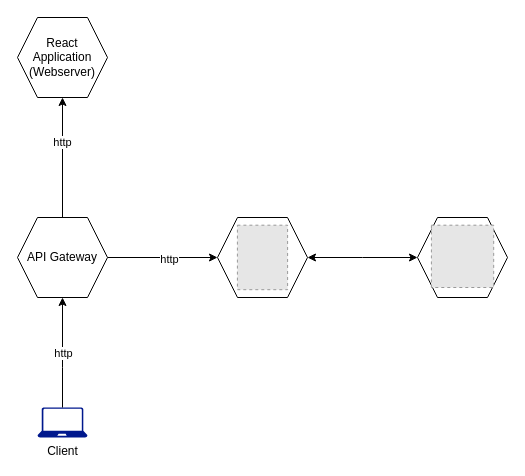
Before: SystemarchitecturePlan.drawio in Daezu/diagrams, a draw.io diagram. Source tidied: cells renumbered, new cells numbered last; positions are measured from the earlier drawing's top-left corner, leaving out a move shared by most shapes. Both pictures are drawn from the tidied source at 100%, with x=0, y=0 at pixel (17, 17). Pictures stored in the file or linked from it are replaced by grey dashed boxes.
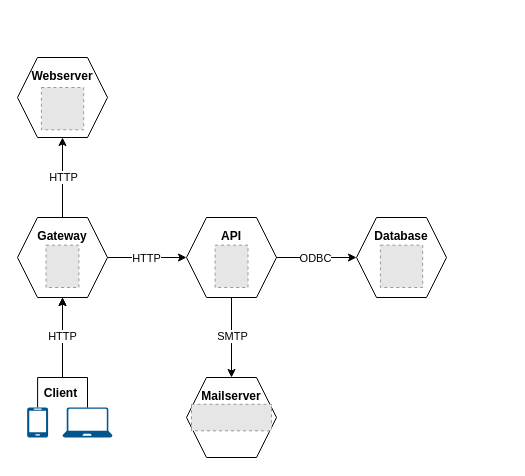
After the change.

Change to the diagram source:
```diff
@@
-    <mxCell id="2" style="shape=hexagon;perimeter=hexagonPerimeter2;whiteSpace=wrap;html=1;fixedSize=1;size=20;" parent="1" vertex="1">
-      <mxGeometry x="400" y="200" width="90" height="80" as="geometry" />
-    </mxCell>
+    <mxCell id="17" style="edgeStyle=orthogonalEdgeStyle;rounded=0;jettySize=auto;html=1;entryX=0.5;entryY=1;entryDx=0;entryDy=0;exitX=0.5;exitY=0;exitDx=0;exitDy=0;exitPerimeter=0;" parent="1" edge="1" source="21" target="24">
+      <mxGeometry relative="1" as="geometry">
+        <Array as="points">
+          <mxPoint x="20" y="360" />
+          <mxPoint x="45" y="360" />
+        </Array>
+      </mxGeometry>
+    </mxCell>
+    <mxCell id="18" style="edgeStyle=orthogonalEdgeStyle;rounded=0;jettySize=auto;html=1;exitX=0.5;exitY=1;exitDx=0;exitDy=0;" parent="1" edge="1" source="9">
+      <mxGeometry relative="1" as="geometry">
+        <mxPoint x="214" y="360" as="targetPoint" />
+      </mxGeometry>
+    </mxCell>
+    <mxCell id="19" value="SMTP" style="edgeLabel;html=1;align=center;verticalAlign=middle;" parent="18" vertex="1">
+      <mxGeometry x="-0.17" relative="1" as="geometry">
+        <mxPoint y="5" as="offset" />
+      </mxGeometry>
+    </mxCell>
+    <mxCell id="9" value="&lt;b&gt;API&lt;/b&gt;&lt;div&gt;&lt;b&gt;&lt;br&gt;&lt;/b&gt;&lt;/div&gt;&lt;div&gt;&lt;b&gt;&lt;br&gt;&lt;/b&gt;&lt;/div&gt;&lt;div&gt;&lt;br&gt;&lt;/div&gt;" style="shape=hexagon;perimeter=hexagonPerimeter2;whiteSpace=wrap;html=1;fixedSize=1;size=20;" parent="1" vertex="1">
+      <mxGeometry x="169" y="200" width="90" height="80" as="geometry" />
+    </mxCell>
-    <mxCell id="3" style="edgeStyle=orthogonalEdgeStyle;rounded=0;jettySize=auto;html=1;entryX=0.5;entryY=1;entryDx=0;entryDy=0;exitX=0.5;exitY=0;exitDx=0;exitDy=0;" parent="1" edge="1" source="7" target="10">
+    <mxCell id="3" style="edgeStyle=orthogonalEdgeStyle;rounded=0;jettySize=auto;html=1;entryX=0.5;entryY=1;entryDx=0;entryDy=0;exitX=0.5;exitY=0;exitDx=0;exitDy=0;" parent="1" edge="1" source="24" target="10">
       <mxGeometry relative="1" as="geometry" />
     </mxCell>
-    <mxCell id="4" value="http" style="edgeLabel;html=1;align=center;verticalAlign=middle;" parent="3" vertex="1">
-      <mxGeometry x="0.26" y="1" relative="1" as="geometry" />
+    <mxCell id="4" value="HTTP" style="edgeLabel;html=1;align=center;verticalAlign=middle;" parent="3" vertex="1">
+      <mxGeometry x="0.26" y="1" relative="1" as="geometry">
+        <mxPoint x="1" y="9" as="offset" />
+      </mxGeometry>
     </mxCell>
-    <mxCell id="5" style="edgeStyle=orthogonalEdgeStyle;rounded=0;jettySize=auto;html=1;" parent="1" edge="1" source="7" target="9">
+    <mxCell id="5" style="edgeStyle=orthogonalEdgeStyle;rounded=0;jettySize=auto;html=1;entryX=0;entryY=0.5;entryDx=0;entryDy=0;exitX=1;exitY=0.5;exitDx=0;exitDy=0;" parent="1" edge="1" source="24" target="9">
       <mxGeometry relative="1" as="geometry" />
     </mxCell>
-    <mxCell id="6" value="http" style="edgeLabel;html=1;align=center;verticalAlign=middle;" parent="5" vertex="1">
-      <mxGeometry x="0.1" y="-1" relative="1" as="geometry" />
+    <mxCell id="6" value="HTTP" style="edgeLabel;html=1;align=center;verticalAlign=middle;" parent="5" vertex="1">
+      <mxGeometry x="0.1" y="-1" relative="1" as="geometry">
+        <mxPoint x="-5" y="-1" as="offset" />
+      </mxGeometry>
     </mxCell>
-    <mxCell id="7" value="API Gateway" style="shape=hexagon;perimeter=hexagonPerimeter2;whiteSpace=wrap;html=1;fixedSize=1;size=20;" parent="1" vertex="1">
-      <mxGeometry y="200" width="90" height="80" as="geometry" />
-    </mxCell>
-    <mxCell id="8" style="edgeStyle=orthogonalEdgeStyle;rounded=0;jettySize=auto;html=1;startArrow=classic;startFill=1;" parent="1" edge="1" source="9">
-      <mxGeometry relative="1" as="geometry">
-        <mxPoint x="400" y="240" as="targetPoint" />
-      </mxGeometry>
+    <mxCell id="8" style="edgeStyle=orthogonalEdgeStyle;rounded=0;jettySize=auto;html=1;startArrow=none;startFill=0;entryX=0;entryY=0.5;entryDx=0;entryDy=0;" parent="1" edge="1" source="9" target="2">
+      <mxGeometry relative="1" as="geometry" />
     </mxCell>
-    <mxCell id="9" style="shape=hexagon;perimeter=hexagonPerimeter2;whiteSpace=wrap;html=1;fixedSize=1;size=20;" parent="1" vertex="1">
-      <mxGeometry x="200" y="200" width="90" height="80" as="geometry" />
-    </mxCell>
-    <mxCell id="10" value="React&lt;br&gt;Application&lt;br&gt;(Webserver)" style="shape=hexagon;perimeter=hexagonPerimeter2;whiteSpace=wrap;html=1;fixedSize=1;size=20;" parent="1" vertex="1">
-      <mxGeometry width="90" height="80" as="geometry" />
-    </mxCell>
+    <mxCell id="20" value="ODBC" style="edgeLabel;html=1;align=center;verticalAlign=middle;" parent="8" vertex="1">
+      <mxGeometry x="0.06" relative="1" as="geometry">
+        <mxPoint x="-4" as="offset" />
+      </mxGeometry>
+    </mxCell>
-    <mxCell id="11" value="Client" style="sketch=0;shadow=0;dashed=0;html=1;strokeColor=none;labelPosition=center;verticalLabelPosition=bottom;verticalAlign=top;align=center;fillColor=#00188D;shape=mxgraph.azure.laptop;" parent="1" vertex="1">
-      <mxGeometry x="20" y="390" width="50" height="30" as="geometry" />
+    <mxCell id="11" style="sketch=0;shadow=0;dashed=0;html=1;strokeColor=none;labelPosition=center;verticalLabelPosition=bottom;verticalAlign=top;align=center;fillColor=#00568d;shape=mxgraph.azure.laptop;" parent="1" vertex="1">
+      <mxGeometry x="45" y="390" width="50" height="30" as="geometry" />
     </mxCell>
-    <mxCell id="12" style="edgeStyle=orthogonalEdgeStyle;rounded=0;jettySize=auto;html=1;entryX=0.5;entryY=1;entryDx=0;entryDy=0;exitX=0.5;exitY=0;exitDx=0;exitDy=0;exitPerimeter=0;" parent="1" edge="1" source="11" target="7">
+    <mxCell id="12" style="edgeStyle=orthogonalEdgeStyle;rounded=0;jettySize=auto;html=1;entryX=0.5;entryY=1;entryDx=0;entryDy=0;exitX=0.5;exitY=0;exitDx=0;exitDy=0;exitPerimeter=0;" parent="1" edge="1" source="11">
       <mxGeometry relative="1" as="geometry">
+        <mxPoint x="45" y="280" as="targetPoint" />
         <Array as="points">
-          <mxPoint x="45" y="350" />
-          <mxPoint x="45" y="350" />
+          <mxPoint x="70" y="360" />
+          <mxPoint x="45" y="360" />
         </Array>
       </mxGeometry>
     </mxCell>
-    <mxCell id="13" value="http" style="edgeLabel;html=1;align=center;verticalAlign=middle;" parent="12" vertex="1">
-      <mxGeometry relative="1" as="geometry" />
+    <mxCell id="13" value="HTTP" style="edgeLabel;html=1;align=center;verticalAlign=middle;" parent="12" vertex="1">
+      <mxGeometry relative="1" as="geometry">
+        <mxPoint x="-1" y="-29" as="offset" />
+      </mxGeometry>
     </mxCell>
@@
+    <mxCell id="21" value="&lt;div&gt;&lt;br&gt;&lt;/div&gt;" style="sketch=0;shadow=0;dashed=0;html=1;strokeColor=none;labelPosition=center;verticalLabelPosition=bottom;verticalAlign=top;align=center;fillColor=#00568d;shape=mxgraph.azure.mobile;" parent="1" vertex="1">
+      <mxGeometry x="9.6" y="390" width="21" height="30" as="geometry" />
+    </mxCell>
+    <mxCell id="22" value="&lt;b&gt;Client&lt;/b&gt;" style="text;html=1;align=center;verticalAlign=middle;strokeColor=none;fillColor=none;" parent="1" vertex="1">
+      <mxGeometry x="13" y="361" width="60" height="30" as="geometry" />
+    </mxCell>
+    <mxCell id="23" value="&lt;div&gt;&lt;span style=&quot;background-color: initial;&quot;&gt;&lt;b&gt;Mailserver&lt;/b&gt;&lt;/span&gt;&lt;/div&gt;&lt;div&gt;&lt;span style=&quot;background-color: initial;&quot;&gt;&lt;b&gt;&lt;br&gt;&lt;/b&gt;&lt;/span&gt;&lt;/div&gt;&lt;div&gt;&lt;br&gt;&lt;/div&gt;&lt;div&gt;&lt;span style=&quot;background-color: initial;&quot;&gt;&lt;br&gt;&lt;/span&gt;&lt;/div&gt;" style="shape=hexagon;perimeter=hexagonPerimeter2;whiteSpace=wrap;html=1;fixedSize=1;size=20;" parent="1" vertex="1">
+      <mxGeometry x="169" y="360" width="90" height="80" as="geometry" />
+    </mxCell>
+    <mxCell id="24" value="&lt;div&gt;&lt;b style=&quot;background-color: initial;&quot;&gt;Gateway&lt;/b&gt;&lt;/div&gt;&lt;div&gt;&lt;b style=&quot;background-color: initial;&quot;&gt;&lt;br&gt;&lt;/b&gt;&lt;/div&gt;&lt;div&gt;&lt;b style=&quot;background-color: initial;&quot;&gt;&lt;br&gt;&lt;/b&gt;&lt;/div&gt;&lt;div&gt;&lt;br&gt;&lt;/div&gt;" style="shape=hexagon;perimeter=hexagonPerimeter2;whiteSpace=wrap;html=1;fixedSize=1;size=20;" parent="1" vertex="1">
+      <mxGeometry y="200" width="90" height="80" as="geometry" />
+    </mxCell>
+    <mxCell id="25" style="fillColor=#E6E6E6;strokeColor=#999999;dashed=1;verticalLabelPosition=bottom;labelBackgroundColor=default;verticalAlign=top;" parent="1" vertex="1">
+      <mxGeometry x="28.5" y="227.7" width="32.9" height="42.3" as="geometry" />
+    </mxCell>
     <mxCell id="15" style="fillColor=#E6E6E6;strokeColor=#999999;dashed=1;verticalLabelPosition=bottom;labelBackgroundColor=default;verticalAlign=top;" parent="1" vertex="1">
-      <mxGeometry x="219.9" y="207.7" width="50.2" height="64.5" as="geometry" />
+      <mxGeometry x="197.6" y="227.7" width="32.9" height="42.3" as="geometry" />
     </mxCell>
+    <mxCell id="2" value="&lt;b&gt;Database&lt;/b&gt;&lt;div&gt;&lt;b&gt;&lt;br&gt;&lt;/b&gt;&lt;/div&gt;&lt;div&gt;&lt;b&gt;&lt;br&gt;&lt;/b&gt;&lt;/div&gt;&lt;div&gt;&lt;br&gt;&lt;/div&gt;" style="shape=hexagon;perimeter=hexagonPerimeter2;whiteSpace=wrap;html=1;fixedSize=1;size=20;" parent="1" vertex="1">
+      <mxGeometry x="339" y="200" width="90" height="80" as="geometry" />
+    </mxCell>
     <mxCell id="16" style="fillColor=#E6E6E6;strokeColor=#999999;dashed=1;verticalLabelPosition=bottom;labelBackgroundColor=default;verticalAlign=top;" parent="1" vertex="1">
-      <mxGeometry x="413.9" y="207.7" width="62.3" height="62.3" as="geometry" />
+      <mxGeometry x="362.9" y="227.7" width="42.3" height="42.3" as="geometry" />
     </mxCell>
+    <mxCell id="10" value="&lt;b&gt;Webserver&lt;/b&gt;&lt;div&gt;&lt;b&gt;&lt;br&gt;&lt;/b&gt;&lt;/div&gt;&lt;div&gt;&lt;b&gt;&lt;br&gt;&lt;/b&gt;&lt;/div&gt;&lt;div&gt;&lt;b&gt;&lt;br&gt;&lt;/b&gt;&lt;/div&gt;" style="shape=hexagon;perimeter=hexagonPerimeter2;whiteSpace=wrap;html=1;fixedSize=1;size=20;" parent="1" vertex="1">
+      <mxGeometry y="40" width="90" height="80" as="geometry" />
+    </mxCell>
+    <mxCell id="26" style="fillColor=#E6E6E6;strokeColor=#999999;dashed=1;verticalLabelPosition=bottom;labelBackgroundColor=default;verticalAlign=top;" parent="1" vertex="1">
+      <mxGeometry x="23.9" y="70" width="42.3" height="42.3" as="geometry" />
+    </mxCell>
+    <mxCell id="27" style="fillColor=#E6E6E6;strokeColor=#999999;dashed=1;verticalLabelPosition=bottom;labelBackgroundColor=default;verticalAlign=top;" parent="1" vertex="1">
+      <mxGeometry x="174" y="386.8" width="80" height="26.5" as="geometry" />
+    </mxCell>
```
